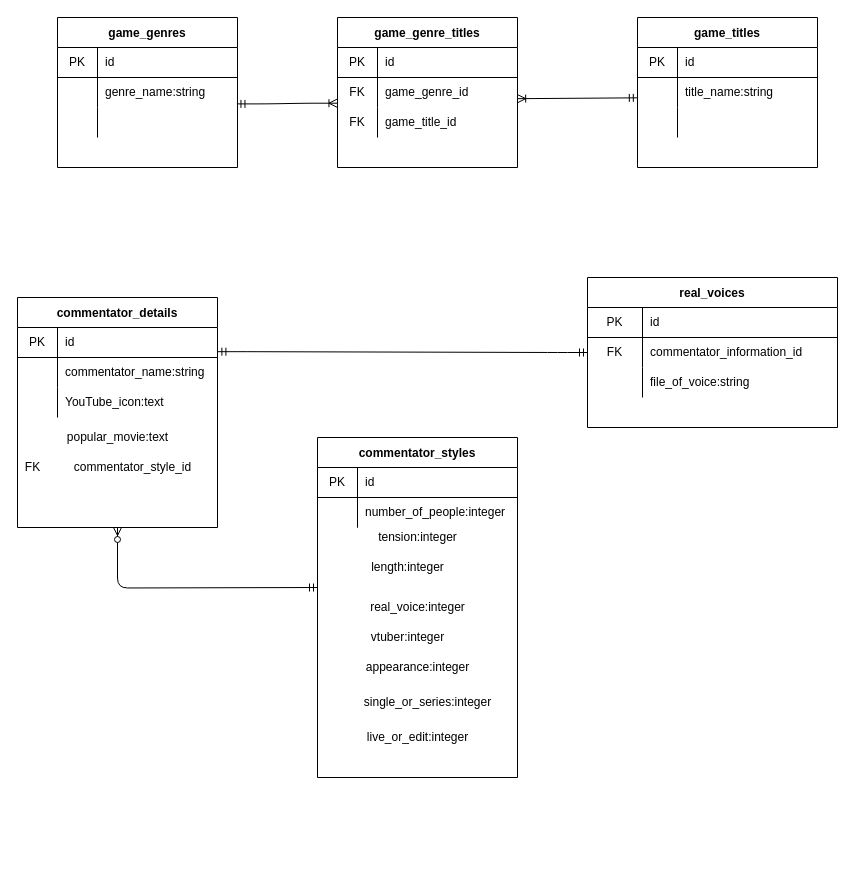
This is GCC.drawio from Tsuyoshi0304/game_commentator_checker, a draw.io file, before an edit. Source tidied: cells renumbered, new cells numbered last; positions are measured from the earlier drawing's top-left corner, leaving out a move shared by most shapes. Both pictures are drawn from the tidied source at 100%, with x=0, y=0 at pixel (17, 17).
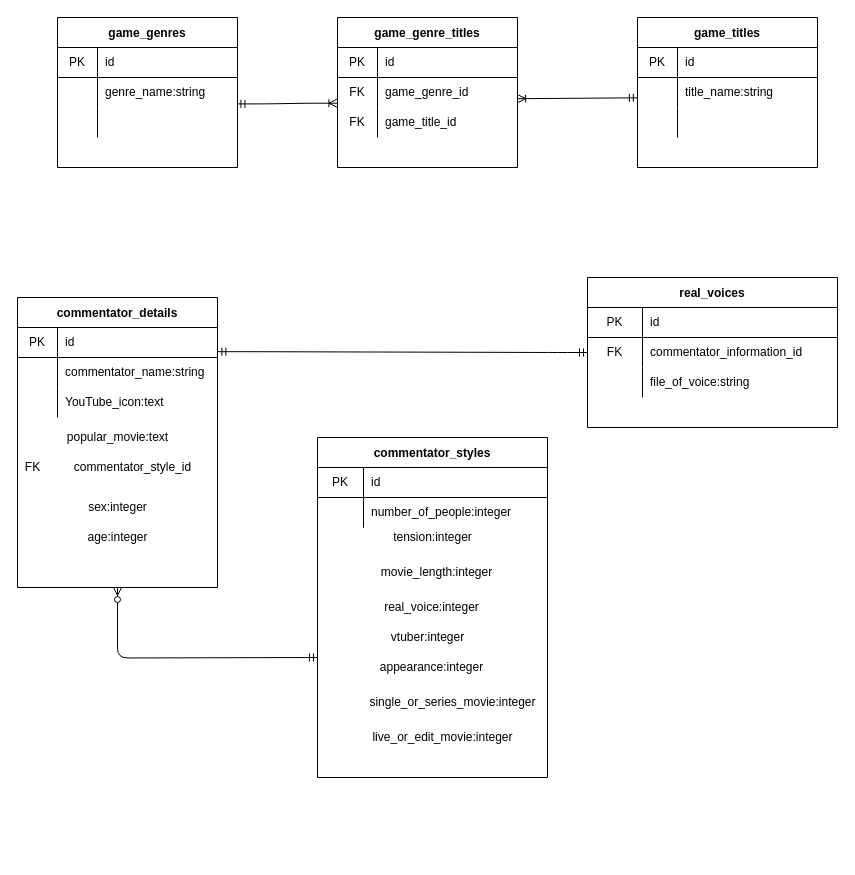
The same page after the edit.

Change to the diagram source:
```diff
@@
     <mxCell id="42" style="group;" parent="1" vertex="1">
-      <mxGeometry x="300" y="420" width="200" height="420" as="geometry" />
+      <mxGeometry x="300" y="420" width="230" height="420" as="geometry" />
     </mxCell>
-    <mxCell id="43" value="live_or_edit:integer" style="text;html=1;align=center;verticalAlign=middle;strokeColor=none;" parent="42" vertex="1">
-      <mxGeometry x="40" y="290" width="120" height="20" as="geometry" />
-    </mxCell>
     <mxCell id="44" style="group;" parent="42" vertex="1">
-      <mxGeometry width="200" height="420" as="geometry" />
+      <mxGeometry width="230" height="420" as="geometry" />
     </mxCell>
     <mxCell id="45" style="group;" parent="44" vertex="1">
-      <mxGeometry width="200" height="420" as="geometry" />
+      <mxGeometry width="230" height="420" as="geometry" />
     </mxCell>
     <mxCell id="46" value="commentator_styles" style="shape=table;startSize=30;childLayout=tableLayout;rowLines=0;fontStyle=1;align=center;" parent="45" vertex="1">
-      <mxGeometry width="200" height="340" as="geometry" />
+      <mxGeometry width="230" height="340" as="geometry" />
     </mxCell>
     <mxCell id="47" style="shape=partialRectangle;html=1;whiteSpace=wrap;fillColor=none;top=0;left=0;bottom=1;right=0;" parent="46" vertex="1">
-      <mxGeometry y="30" width="200" height="30" as="geometry" />
+      <mxGeometry y="30" width="230" height="30" as="geometry" />
     </mxCell>
     <mxCell id="48" value="PK" style="shape=partialRectangle;html=1;whiteSpace=wrap;fillColor=none;top=0;left=0;bottom=0;right=0;overflow=hidden;" parent="47" vertex="1">
-      <mxGeometry width="40" height="30" as="geometry" />
+      <mxGeometry width="46" height="30" as="geometry" />
     </mxCell>
     <mxCell id="49" value="id" style="shape=partialRectangle;html=1;whiteSpace=wrap;fillColor=none;top=0;left=0;bottom=0;right=0;align=left;spacingLeft=6;overflow=hidden;" parent="47" vertex="1">
-      <mxGeometry x="40" width="160" height="30" as="geometry" />
+      <mxGeometry x="46" width="184" height="30" as="geometry" />
     </mxCell>
     <mxCell id="50" style="shape=partialRectangle;html=1;whiteSpace=wrap;fillColor=none;top=0;left=0;bottom=0;right=0;" parent="46" vertex="1">
-      <mxGeometry y="60" width="200" height="30" as="geometry" />
+      <mxGeometry y="60" width="230" height="30" as="geometry" />
     </mxCell>
     <mxCell id="51" style="shape=partialRectangle;html=1;whiteSpace=wrap;fillColor=none;top=0;left=0;bottom=0;right=0;overflow=hidden;" parent="50" vertex="1">
-      <mxGeometry width="40" height="30" as="geometry" />
+      <mxGeometry width="46" height="30" as="geometry" />
     </mxCell>
     <mxCell id="52" value="number_of_people:integer" style="shape=partialRectangle;html=1;whiteSpace=wrap;fillColor=none;top=0;left=0;bottom=0;right=0;align=left;spacingLeft=6;overflow=hidden;" parent="50" vertex="1">
-      <mxGeometry x="40" width="160" height="30" as="geometry" />
+      <mxGeometry x="46" width="184" height="30" as="geometry" />
     </mxCell>
     <mxCell id="53" value="tension:integer" style="text;html=1;align=center;verticalAlign=middle;strokeColor=none;" parent="46" vertex="1">
-      <mxGeometry y="90" width="200" height="20" as="geometry" />
+      <mxGeometry y="90" width="230" height="20" as="geometry" />
     </mxCell>
     <mxCell id="54" style="shape=partialRectangle;html=1;whiteSpace=wrap;fillColor=none;top=0;left=0;bottom=0;right=0;" parent="46" vertex="1">
-      <mxGeometry y="110" width="200" height="30" as="geometry" />
+      <mxGeometry y="110" width="230" height="30" as="geometry" />
     </mxCell>
     <mxCell id="55" style="shape=partialRectangle;html=1;whiteSpace=wrap;fillColor=none;top=0;left=0;bottom=0;right=0;overflow=hidden;" parent="54" vertex="1">
-      <mxGeometry width="40" height="30" as="geometry" />
+      <mxGeometry width="46" height="30" as="geometry" />
     </mxCell>
     <mxCell id="56" style="shape=partialRectangle;html=1;whiteSpace=wrap;fillColor=none;top=0;left=0;bottom=0;right=0;align=left;spacingLeft=6;overflow=hidden;" parent="54" vertex="1">
-      <mxGeometry x="40" width="160" height="30" as="geometry" />
+      <mxGeometry x="46" width="184" height="30" as="geometry" />
     </mxCell>
     <mxCell id="57" value="real_voice:integer" style="text;html=1;align=center;verticalAlign=middle;strokeColor=none;" parent="45" vertex="1">
-      <mxGeometry x="45" y="160" width="110" height="20" as="geometry" />
+      <mxGeometry x="59" y="160" width="110" height="20" as="geometry" />
     </mxCell>
-    <mxCell id="58" value="length:integer" style="text;html=1;align=center;verticalAlign=middle;strokeColor=none;" parent="45" vertex="1">
-      <mxGeometry x="45" y="120" width="90" height="20" as="geometry" />
+    <mxCell id="58" value="movie_length:integer" style="text;html=1;align=center;verticalAlign=middle;strokeColor=none;" parent="45" vertex="1">
+      <mxGeometry x="54" y="124.5" width="130" height="20" as="geometry" />
     </mxCell>
     <mxCell id="59" value="vtuber:integer" style="text;html=1;align=center;verticalAlign=middle;strokeColor=none;" parent="45" vertex="1">
-      <mxGeometry x="45" y="190" width="90" height="20" as="geometry" />
+      <mxGeometry x="65" y="190" width="90" height="20" as="geometry" />
     </mxCell>
     <mxCell id="60" value="appearance:integer" style="text;html=1;align=center;verticalAlign=middle;strokeColor=none;" parent="45" vertex="1">
-      <mxGeometry x="40" y="220" width="120" height="20" as="geometry" />
+      <mxGeometry x="54" y="220" width="120" height="20" as="geometry" />
     </mxCell>
-    <mxCell id="61" value="single_or_series:integer" style="text;html=1;align=center;verticalAlign=middle;strokeColor=none;" parent="45" vertex="1">
-      <mxGeometry x="40" y="255" width="140" height="20" as="geometry" />
+    <mxCell id="61" value="single_or_series_movie:integer" style="text;html=1;align=center;verticalAlign=middle;strokeColor=none;" parent="45" vertex="1">
+      <mxGeometry x="45" y="255" width="180" height="20" as="geometry" />
     </mxCell>
+    <mxCell id="43" value="live_or_edit_movie:integer" style="text;html=1;align=center;verticalAlign=middle;strokeColor=none;" parent="45" vertex="1">
+      <mxGeometry x="45" y="290" width="160" height="20" as="geometry" />
+    </mxCell>
     <mxCell id="62" style="group;" parent="1" vertex="1">
-      <mxGeometry y="280" width="200" height="230" as="geometry" />
+      <mxGeometry y="280" width="200" height="290" as="geometry" />
     </mxCell>
     <mxCell id="63" value="commentator_details" style="shape=table;startSize=30;childLayout=tableLayout;rowLines=0;fontStyle=1;align=center;" parent="62" vertex="1">
-      <mxGeometry width="200" height="230" as="geometry" />
+      <mxGeometry width="200" height="290" as="geometry" />
     </mxCell>
@@
+    <mxCell id="80" value="sex:integer" style="text;html=1;align=center;verticalAlign=middle;strokeColor=none;" parent="62" vertex="1">
+      <mxGeometry x="65" y="200" width="70" height="20" as="geometry" />
+    </mxCell>
@@
-    <mxCell id="78" style="fontSize=12;html=1;endArrow=ERzeroToMany;startArrow=ERmandOne;edgeStyle=orthogonalEdgeStyle;entryX=0.5;entryY=1;entryDx=0;entryDy=0;" parent="1" edge="1" target="63">
-      <mxGeometry relative="1" as="geometry">
-        <mxPoint x="300" y="570" as="sourcePoint" />
-      </mxGeometry>
-    </mxCell>
@@
+    <mxCell id="81" value="age:integer" style="text;html=1;align=center;verticalAlign=middle;strokeColor=none;" parent="1" vertex="1">
+      <mxGeometry x="60" y="510" width="80" height="20" as="geometry" />
+    </mxCell>
+    <mxCell id="82" style="fontSize=12;html=1;endArrow=ERzeroToMany;startArrow=ERmandOne;edgeStyle=orthogonalEdgeStyle;entryX=0.5;entryY=1;entryDx=0;entryDy=0;" parent="1" edge="1" target="63">
+      <mxGeometry relative="1" as="geometry">
+        <mxPoint x="300" y="640" as="sourcePoint" />
+      </mxGeometry>
+    </mxCell>
```
